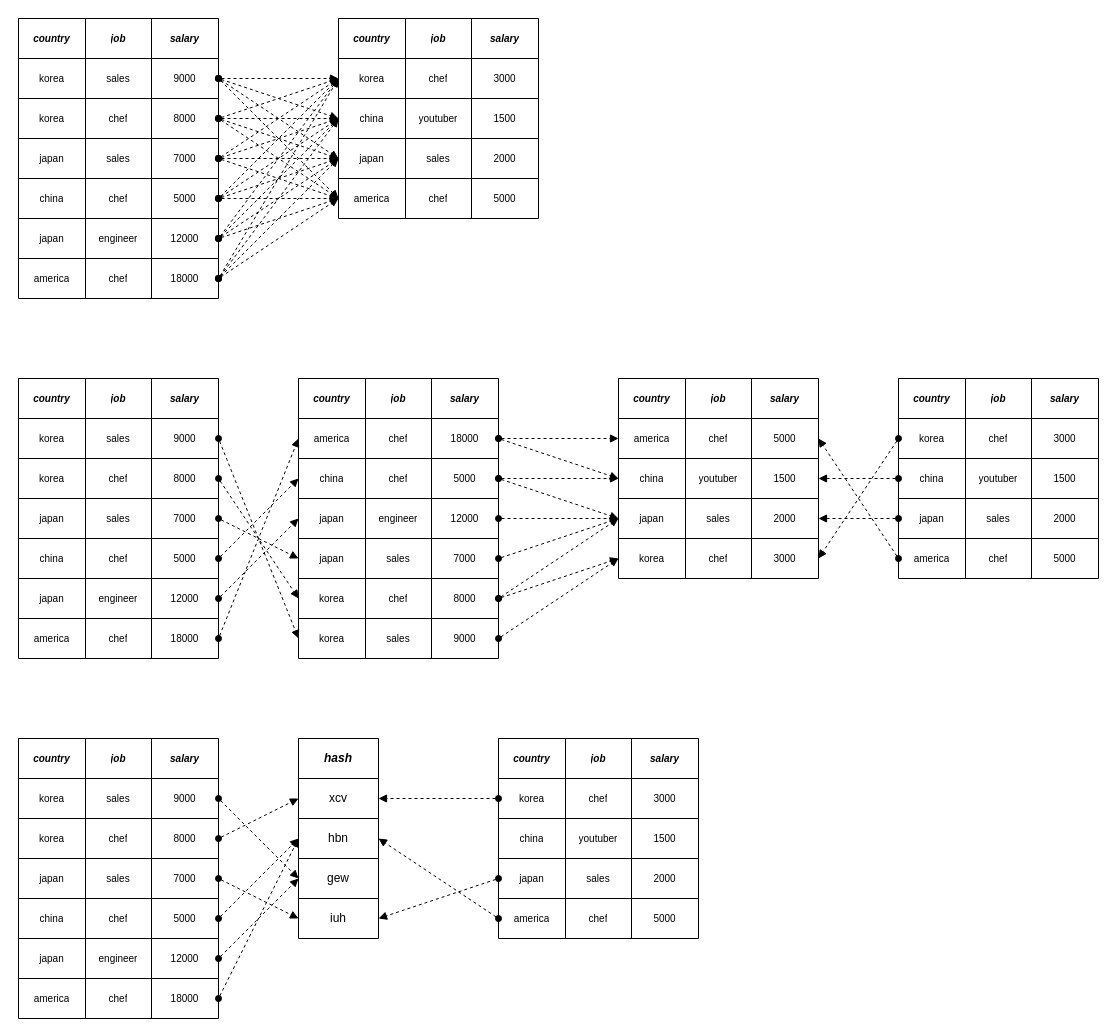
The draw.io diagram page "join" (4 of 5) of datafusion/datafusion.drawio in haruband/codebook, before the edit. Source tidied: cells renumbered, new cells numbered last; positions are measured from the earlier drawing's top-left corner, leaving out a move shared by most shapes. Both pictures are drawn from the tidied source at 100%, with x=0, y=0 at pixel (18, 18).
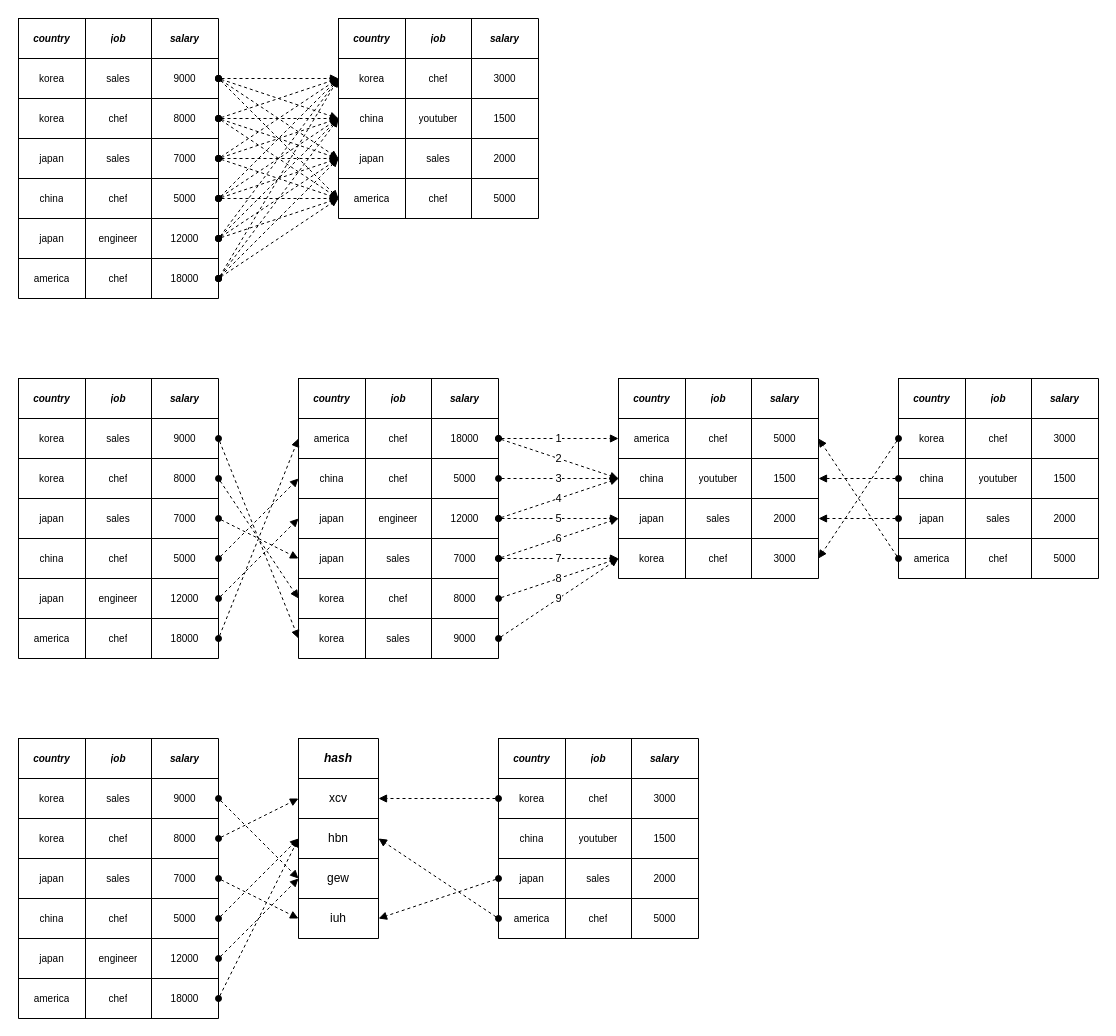
After the change.

Unchanged cells that the change refers to:
```xml
<mxCell id="110" style="shape=tableRow;horizontal=0;startSize=0;swimlaneHead=0;swimlaneBody=0;strokeColor=inherit;top=0;left=0;bottom=0;right=0;fillColor=none;points=[[0,0.5],[1,0.5]];portConstraint=eastwest;fontSize=10;" parent="105" vertex="1">
  <mxGeometry y="40" width="200" height="40" as="geometry" />
</mxCell>
<mxCell id="114" style="shape=tableRow;horizontal=0;startSize=0;swimlaneHead=0;swimlaneBody=0;strokeColor=inherit;top=0;left=0;bottom=0;right=0;fillColor=none;points=[[0,0.5],[1,0.5]];portConstraint=eastwest;fontSize=10;" parent="105" vertex="1">
  <mxGeometry y="80" width="200" height="40" as="geometry" />
</mxCell>
<mxCell id="118" style="shape=tableRow;horizontal=0;startSize=0;swimlaneHead=0;swimlaneBody=0;strokeColor=inherit;top=0;left=0;bottom=0;right=0;fillColor=none;points=[[0,0.5],[1,0.5]];portConstraint=eastwest;fontSize=10;" parent="105" vertex="1">
  <mxGeometry y="120" width="200" height="40" as="geometry" />
</mxCell>
<mxCell id="122" style="shape=tableRow;horizontal=0;startSize=0;swimlaneHead=0;swimlaneBody=0;strokeColor=inherit;top=0;left=0;bottom=0;right=0;fillColor=none;points=[[0,0.5],[1,0.5]];portConstraint=eastwest;fontSize=10;" parent="105" vertex="1">
  <mxGeometry y="160" width="200" height="40" as="geometry" />
</mxCell>
<mxCell id="126" style="shape=tableRow;horizontal=0;startSize=0;swimlaneHead=0;swimlaneBody=0;strokeColor=inherit;top=0;left=0;bottom=0;right=0;fillColor=none;points=[[0,0.5],[1,0.5]];portConstraint=eastwest;fontSize=10;" parent="105" vertex="1">
  <mxGeometry y="200" width="200" height="40" as="geometry" />
</mxCell>
<mxCell id="130" style="shape=tableRow;horizontal=0;startSize=0;swimlaneHead=0;swimlaneBody=0;strokeColor=inherit;top=0;left=0;bottom=0;right=0;fillColor=none;points=[[0,0.5],[1,0.5]];portConstraint=eastwest;fontSize=10;" parent="105" vertex="1">
  <mxGeometry y="240" width="200" height="40" as="geometry" />
</mxCell>
<mxCell id="166" style="shape=tableRow;horizontal=0;startSize=0;swimlaneHead=0;swimlaneBody=0;strokeColor=inherit;top=0;left=0;bottom=0;right=0;fillColor=none;points=[[0,0.5],[1,0.5]];portConstraint=eastwest;fontSize=10;" parent="161" vertex="1">
  <mxGeometry y="40" width="200" height="40" as="geometry" />
</mxCell>
<mxCell id="170" style="shape=tableRow;horizontal=0;startSize=0;swimlaneHead=0;swimlaneBody=0;strokeColor=inherit;top=0;left=0;bottom=0;right=0;fillColor=none;points=[[0,0.5],[1,0.5]];portConstraint=eastwest;fontSize=10;" parent="161" vertex="1">
  <mxGeometry y="80" width="200" height="40" as="geometry" />
</mxCell>
<mxCell id="174" style="shape=tableRow;horizontal=0;startSize=0;swimlaneHead=0;swimlaneBody=0;strokeColor=inherit;top=0;left=0;bottom=0;right=0;fillColor=none;points=[[0,0.5],[1,0.5]];portConstraint=eastwest;fontSize=10;" parent="161" vertex="1">
  <mxGeometry y="120" width="200" height="40" as="geometry" />
</mxCell>
<mxCell id="178" style="shape=tableRow;horizontal=0;startSize=0;swimlaneHead=0;swimlaneBody=0;strokeColor=inherit;top=0;left=0;bottom=0;right=0;fillColor=none;points=[[0,0.5],[1,0.5]];portConstraint=eastwest;fontSize=10;" parent="161" vertex="1">
  <mxGeometry y="160" width="200" height="40" as="geometry" />
</mxCell>
```

Diff of the diagram source:
```diff
@@
-    <mxCell id="186" style="rounded=0;jettySize=auto;html=1;dashed=1;startArrow=oval;startFill=1;endArrow=block;endFill=1;exitX=1;exitY=0.5;exitDx=0;exitDy=0;entryX=0;entryY=0.5;entryDx=0;entryDy=0;" parent="1" edge="1" source="110" target="166">
+    <mxCell id="186" value="1" style="rounded=0;jettySize=auto;html=1;dashed=1;startArrow=oval;startFill=1;endArrow=block;endFill=1;exitX=1;exitY=0.5;exitDx=0;exitDy=0;entryX=0;entryY=0.5;entryDx=0;entryDy=0;" parent="1" edge="1" source="110" target="166">
       <mxGeometry relative="1" as="geometry" />
     </mxCell>
-    <mxCell id="187" style="rounded=0;jettySize=auto;html=1;dashed=1;startArrow=oval;startFill=1;endArrow=block;endFill=1;exitX=1;exitY=0.5;exitDx=0;exitDy=0;entryX=0;entryY=0.5;entryDx=0;entryDy=0;" parent="1" edge="1" source="110" target="170">
+    <mxCell id="187" value="2" style="rounded=0;jettySize=auto;html=1;dashed=1;startArrow=oval;startFill=1;endArrow=block;endFill=1;exitX=1;exitY=0.5;exitDx=0;exitDy=0;entryX=0;entryY=0.5;entryDx=0;entryDy=0;" parent="1" edge="1" source="110" target="170">
       <mxGeometry relative="1" as="geometry" />
     </mxCell>
-    <mxCell id="188" style="rounded=0;jettySize=auto;html=1;dashed=1;startArrow=oval;startFill=1;endArrow=block;endFill=1;exitX=1;exitY=0.5;exitDx=0;exitDy=0;entryX=0;entryY=0.5;entryDx=0;entryDy=0;" parent="1" edge="1" source="114" target="170">
+    <mxCell id="188" value="3" style="rounded=0;jettySize=auto;html=1;dashed=1;startArrow=oval;startFill=1;endArrow=block;endFill=1;exitX=1;exitY=0.5;exitDx=0;exitDy=0;entryX=0;entryY=0.5;entryDx=0;entryDy=0;" parent="1" edge="1" source="114" target="170">
       <mxGeometry relative="1" as="geometry" />
     </mxCell>
-    <mxCell id="189" style="rounded=0;jettySize=auto;html=1;dashed=1;startArrow=oval;startFill=1;endArrow=block;endFill=1;exitX=1;exitY=0.5;exitDx=0;exitDy=0;entryX=0;entryY=0.5;entryDx=0;entryDy=0;" parent="1" edge="1" source="114" target="174">
+    <mxCell id="189" value="4" style="rounded=0;jettySize=auto;html=1;dashed=1;startArrow=oval;startFill=1;endArrow=block;endFill=1;exitX=1;exitY=0.5;exitDx=0;exitDy=0;entryX=0;entryY=0.5;entryDx=0;entryDy=0;" parent="1" edge="1" source="118" target="170">
       <mxGeometry relative="1" as="geometry" />
     </mxCell>
-    <mxCell id="190" style="rounded=0;jettySize=auto;html=1;dashed=1;startArrow=oval;startFill=1;endArrow=block;endFill=1;exitX=1;exitY=0.5;exitDx=0;exitDy=0;entryX=0;entryY=0.5;entryDx=0;entryDy=0;" parent="1" edge="1" source="118" target="174">
+    <mxCell id="190" value="5" style="rounded=0;jettySize=auto;html=1;dashed=1;startArrow=oval;startFill=1;endArrow=block;endFill=1;exitX=1;exitY=0.5;exitDx=0;exitDy=0;entryX=0;entryY=0.5;entryDx=0;entryDy=0;" parent="1" edge="1" source="118" target="174">
       <mxGeometry relative="1" as="geometry" />
     </mxCell>
-    <mxCell id="191" style="rounded=0;jettySize=auto;html=1;dashed=1;startArrow=oval;startFill=1;endArrow=block;endFill=1;exitX=1;exitY=0.5;exitDx=0;exitDy=0;entryX=0;entryY=0.5;entryDx=0;entryDy=0;" parent="1" edge="1" source="122" target="174">
+    <mxCell id="191" value="6" style="rounded=0;jettySize=auto;html=1;dashed=1;startArrow=oval;startFill=1;endArrow=block;endFill=1;exitX=1;exitY=0.5;exitDx=0;exitDy=0;entryX=0;entryY=0.5;entryDx=0;entryDy=0;" parent="1" edge="1" source="122" target="174">
       <mxGeometry relative="1" as="geometry" />
     </mxCell>
-    <mxCell id="192" style="rounded=0;jettySize=auto;html=1;dashed=1;startArrow=oval;startFill=1;endArrow=block;endFill=1;exitX=1;exitY=0.5;exitDx=0;exitDy=0;entryX=0;entryY=0.5;entryDx=0;entryDy=0;" parent="1" edge="1" source="126" target="174">
+    <mxCell id="192" value="7" style="rounded=0;jettySize=auto;html=1;dashed=1;startArrow=oval;startFill=1;endArrow=block;endFill=1;exitX=1;exitY=0.5;exitDx=0;exitDy=0;entryX=0;entryY=0.5;entryDx=0;entryDy=0;" parent="1" edge="1" source="122" target="178">
       <mxGeometry relative="1" as="geometry" />
     </mxCell>
-    <mxCell id="193" style="rounded=0;jettySize=auto;html=1;dashed=1;startArrow=oval;startFill=1;endArrow=block;endFill=1;exitX=1;exitY=0.5;exitDx=0;exitDy=0;entryX=0;entryY=0.5;entryDx=0;entryDy=0;" parent="1" edge="1" source="126" target="178">
+    <mxCell id="193" value="8" style="rounded=0;jettySize=auto;html=1;dashed=1;startArrow=oval;startFill=1;endArrow=block;endFill=1;exitX=1;exitY=0.5;exitDx=0;exitDy=0;entryX=0;entryY=0.5;entryDx=0;entryDy=0;" parent="1" edge="1" source="126" target="178">
       <mxGeometry relative="1" as="geometry" />
     </mxCell>
-    <mxCell id="194" style="rounded=0;jettySize=auto;html=1;dashed=1;startArrow=oval;startFill=1;endArrow=block;endFill=1;exitX=1;exitY=0.5;exitDx=0;exitDy=0;entryX=0;entryY=0.5;entryDx=0;entryDy=0;" parent="1" edge="1" source="130" target="178">
+    <mxCell id="194" value="9" style="rounded=0;jettySize=auto;html=1;dashed=1;startArrow=oval;startFill=1;endArrow=block;endFill=1;exitX=1;exitY=0.5;exitDx=0;exitDy=0;entryX=0;entryY=0.5;entryDx=0;entryDy=0;" parent="1" edge="1" source="130" target="178">
       <mxGeometry relative="1" as="geometry" />
     </mxCell>
```
